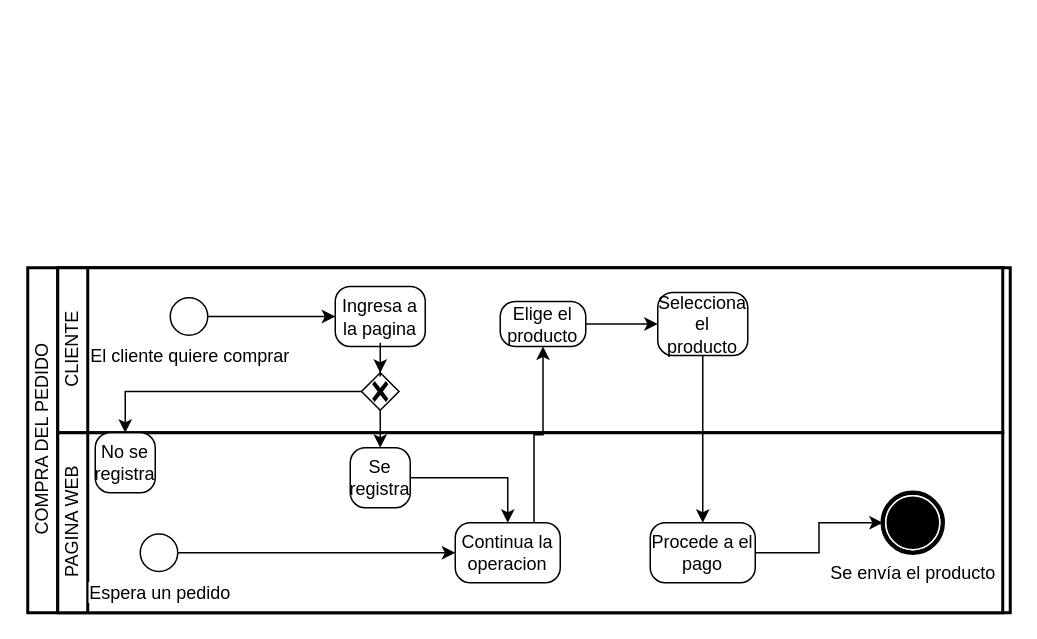
jaime37/DRAWS keeps this draw.io diagram as Untitled Diagram.drawio. Above is the earlier version. Source tidied: cells renumbered, new cells numbered last; positions are measured from the earlier drawing's top-left corner, leaving out a move shared by most shapes. Both pictures are drawn from the tidied source at 150%, with x=0, y=0 at pixel (27, 267).
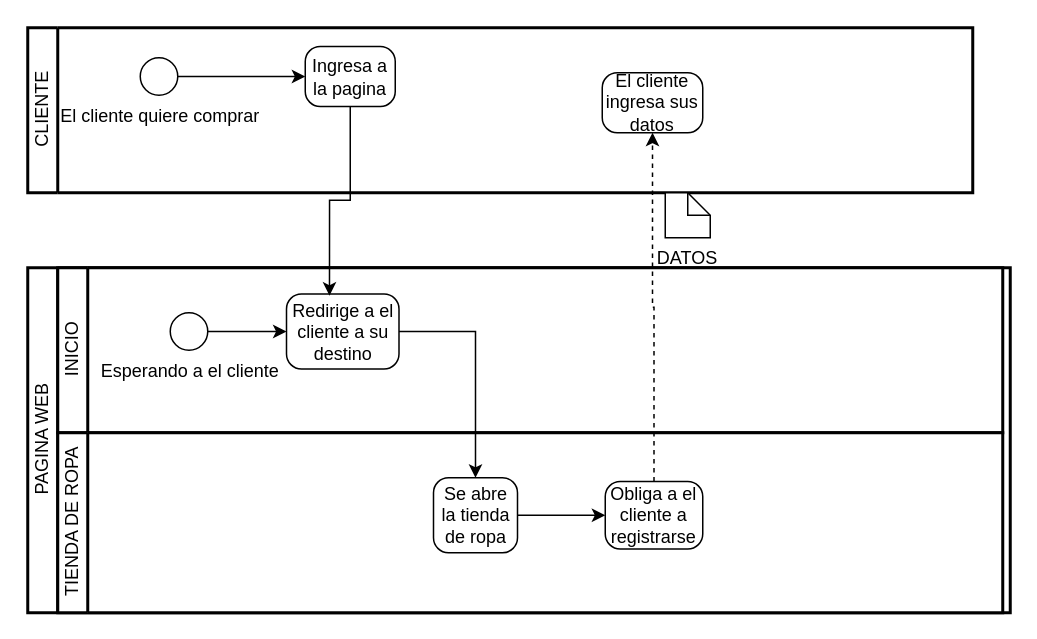
The same diagram, later.

The change refers to these unchanged cells:
```xml
<mxCell id="3" style="swimlane;html=1;startSize=20;fontStyle=0;horizontal=0;swimlaneLine=0;fillColor=none;" parent="2" vertex="1">
  <mxGeometry x="20" width="630" height="110" as="geometry" />
</mxCell>
<mxCell id="6" value="Ingresa a la pagina" style="points=[[0.25,0,0],[0.5,0,0],[0.75,0,0],[1,0.25,0],[1,0.5,0],[1,0.75,0],[0.75,1,0],[0.5,1,0],[0.25,1,0],[0,0.75,0],[0,0.5,0],[0,0.25,0]];shape=mxgraph.bpmn.task;whiteSpace=wrap;rectStyle=rounded;size=10;taskMarker=abstract;fontColor=#000000;" parent="4" vertex="1">
  <mxGeometry x="185" y="12.5" width="60" height="40" as="geometry" />
</mxCell>
```

Change to the diagram source:
```diff
@@
-    <mxCell id="2" value="COMPRA DEL PEDIDO&lt;br&gt;" style="swimlane;html=1;startSize=20;fontStyle=0;horizontal=0;swimlaneLine=1;swimlaneFillColor=#ffffff;strokeWidth=2;" parent="1" vertex="1">
+    <mxCell id="2" value="PAGINA WEB" style="swimlane;html=1;startSize=20;fontStyle=0;horizontal=0;swimlaneLine=1;swimlaneFillColor=#ffffff;strokeWidth=2;" parent="1" vertex="1">
       <mxGeometry width="655" height="230" as="geometry" />
     </mxCell>
@@
+    <mxCell id="28" value="INICIO" style="swimlane;html=1;startSize=20;fontStyle=0;horizontal=0;swimlaneLine=1;swimlaneFillColor=#ffffff;strokeWidth=2;" parent="3" vertex="1">
+      <mxGeometry width="630" height="110" as="geometry" />
+    </mxCell>
+    <mxCell id="18" value="Esperando a el cliente" style="points=[[0.145,0.145,0],[0.5,0,0],[0.855,0.145,0],[1,0.5,0],[0.855,0.855,0],[0.5,1,0],[0.145,0.855,0],[0,0.5,0]];shape=mxgraph.bpmn.event;html=1;verticalLabelPosition=bottom;labelBackgroundColor=#ffffff;verticalAlign=top;align=center;perimeter=ellipsePerimeter;outlineConnect=0;outline=standard;symbol=general;" parent="28" vertex="1">
+      <mxGeometry x="75" y="30" width="25" height="25" as="geometry" />
+    </mxCell>
+    <mxCell id="16" value="Redirige a el cliente a su destino" style="points=[[0.25,0,0],[0.5,0,0],[0.75,0,0],[1,0.25,0],[1,0.5,0],[1,0.75,0],[0.75,1,0],[0.5,1,0],[0.25,1,0],[0,0.75,0],[0,0.5,0],[0,0.25,0]];shape=mxgraph.bpmn.task;whiteSpace=wrap;rectStyle=rounded;size=10;taskMarker=abstract;" parent="28" vertex="1">
+      <mxGeometry x="152.5" y="17.5" width="75" height="50" as="geometry" />
+    </mxCell>
+    <mxCell id="29" style="edgeStyle=orthogonalEdgeStyle;rounded=0;jettySize=auto;html=1;exitX=1;exitY=0.5;exitDx=0;exitDy=0;exitPerimeter=0;entryX=0;entryY=0.5;entryDx=0;entryDy=0;entryPerimeter=0;" parent="28" edge="1" source="18" target="16">
+      <mxGeometry relative="1" as="geometry" />
+    </mxCell>
+    <mxCell id="13" style="swimlane;html=1;startSize=20;fontStyle=0;horizontal=0;swimlaneLine=0;fillColor=none;" parent="2" vertex="1">
+      <mxGeometry x="20" y="110" width="630" height="120" as="geometry" />
+    </mxCell>
+    <mxCell id="14" value="TIENDA DE ROPA&lt;br&gt;" style="swimlane;html=1;startSize=20;fontStyle=0;horizontal=0;swimlaneLine=1;swimlaneFillColor=#ffffff;strokeWidth=2;" parent="13" vertex="1">
+      <mxGeometry width="630" height="120" as="geometry" />
+    </mxCell>
+    <mxCell id="30" style="edgeStyle=orthogonalEdgeStyle;rounded=0;jettySize=auto;html=1;exitX=1;exitY=0.5;exitDx=0;exitDy=0;exitPerimeter=0;entryX=0;entryY=0.5;entryDx=0;entryDy=0;entryPerimeter=0;" parent="14" edge="1" source="31" target="32">
+      <mxGeometry relative="1" as="geometry" />
+    </mxCell>
+    <mxCell id="31" value="Se abre la tienda de ropa" style="points=[[0.25,0,0],[0.5,0,0],[0.75,0,0],[1,0.25,0],[1,0.5,0],[1,0.75,0],[0.75,1,0],[0.5,1,0],[0.25,1,0],[0,0.75,0],[0,0.5,0],[0,0.25,0]];shape=mxgraph.bpmn.task;whiteSpace=wrap;rectStyle=rounded;size=10;taskMarker=abstract;" parent="14" vertex="1">
+      <mxGeometry x="250.5" y="30" width="56" height="50" as="geometry" />
+    </mxCell>
+    <mxCell id="32" value="Obliga a el cliente a registrarse" style="points=[[0.25,0,0],[0.5,0,0],[0.75,0,0],[1,0.25,0],[1,0.5,0],[1,0.75,0],[0.75,1,0],[0.5,1,0],[0.25,1,0],[0,0.75,0],[0,0.5,0],[0,0.25,0]];shape=mxgraph.bpmn.task;whiteSpace=wrap;rectStyle=rounded;size=10;taskMarker=abstract;" parent="14" vertex="1">
+      <mxGeometry x="365" y="32.5" width="65" height="45" as="geometry" />
+    </mxCell>
+    <mxCell id="33" style="edgeStyle=orthogonalEdgeStyle;rounded=0;jettySize=auto;html=1;exitX=1;exitY=0.5;exitDx=0;exitDy=0;exitPerimeter=0;entryX=0.5;entryY=0;entryDx=0;entryDy=0;entryPerimeter=0;" parent="2" edge="1" source="16" target="31">
+      <mxGeometry relative="1" as="geometry" />
+    </mxCell>
-    <mxCell id="4" value="CLIENTE" style="swimlane;html=1;startSize=20;fontStyle=0;horizontal=0;swimlaneLine=1;swimlaneFillColor=#ffffff;strokeWidth=2;" parent="3" vertex="1">
-      <mxGeometry width="630" height="110" as="geometry" />
+    <mxCell id="4" value="CLIENTE" style="swimlane;html=1;startSize=20;fontStyle=0;horizontal=0;swimlaneLine=1;swimlaneFillColor=#ffffff;strokeWidth=2;" parent="1" vertex="1">
+      <mxGeometry y="-160" width="630" height="110" as="geometry" />
     </mxCell>
@@
-    <mxCell id="8" style="points=[[0.25,0.25,0],[0.5,0,0],[0.75,0.25,0],[1,0.5,0],[0.75,0.75,0],[0.5,1,0],[0.25,0.75,0],[0,0.5,0]];shape=mxgraph.bpmn.gateway2;html=1;verticalLabelPosition=bottom;labelBackgroundColor=#ffffff;verticalAlign=top;align=center;perimeter=rhombusPerimeter;outlineConnect=0;outline=none;symbol=none;gwType=exclusive;" parent="4" vertex="1">
-      <mxGeometry x="202.5" y="70" width="25" height="25" as="geometry" />
-    </mxCell>
+    <mxCell id="34" value="El cliente ingresa sus datos" style="points=[[0.25,0,0],[0.5,0,0],[0.75,0,0],[1,0.25,0],[1,0.5,0],[1,0.75,0],[0.75,1,0],[0.5,1,0],[0.25,1,0],[0,0.75,0],[0,0.5,0],[0,0.25,0]];shape=mxgraph.bpmn.task;whiteSpace=wrap;rectStyle=rounded;size=10;taskMarker=abstract;" parent="4" vertex="1">
+      <mxGeometry x="383" y="30" width="67" height="40" as="geometry" />
+    </mxCell>
-    <mxCell id="9" style="edgeStyle=orthogonalEdgeStyle;rounded=0;jettySize=auto;html=1;exitX=0.5;exitY=1;exitDx=0;exitDy=0;exitPerimeter=0;" parent="4" edge="1" source="6" target="8">
+    <mxCell id="9" style="edgeStyle=orthogonalEdgeStyle;rounded=0;jettySize=auto;html=1;exitX=0.5;exitY=1;exitDx=0;exitDy=0;exitPerimeter=0;entryX=0.382;entryY=0.022;entryDx=0;entryDy=0;entryPerimeter=0;" parent="1" edge="1" source="6" target="16">
       <mxGeometry relative="1" as="geometry" />
     </mxCell>
-    <mxCell id="10" value="Elige el producto" style="points=[[0.25,0,0],[0.5,0,0],[0.75,0,0],[1,0.25,0],[1,0.5,0],[1,0.75,0],[0.75,1,0],[0.5,1,0],[0.25,1,0],[0,0.75,0],[0,0.5,0],[0,0.25,0]];shape=mxgraph.bpmn.task;whiteSpace=wrap;rectStyle=rounded;size=10;taskMarker=abstract;" parent="4" vertex="1">
-      <mxGeometry x="295" y="22.5" width="57" height="30" as="geometry" />
-    </mxCell>
-    <mxCell id="11" value="Selecciona el producto" style="points=[[0.25,0,0],[0.5,0,0],[0.75,0,0],[1,0.25,0],[1,0.5,0],[1,0.75,0],[0.75,1,0],[0.5,1,0],[0.25,1,0],[0,0.75,0],[0,0.5,0],[0,0.25,0]];shape=mxgraph.bpmn.task;whiteSpace=wrap;rectStyle=rounded;size=10;taskMarker=abstract;" parent="4" vertex="1">
-      <mxGeometry x="400" y="16.5" width="60" height="42" as="geometry" />
-    </mxCell>
-    <mxCell id="12" style="edgeStyle=orthogonalEdgeStyle;rounded=0;jettySize=auto;html=1;exitX=1;exitY=0.5;exitDx=0;exitDy=0;exitPerimeter=0;" parent="4" edge="1" source="10" target="11">
-      <mxGeometry relative="1" as="geometry" />
-    </mxCell>
-    <mxCell id="13" style="swimlane;html=1;startSize=20;fontStyle=0;horizontal=0;swimlaneLine=0;fillColor=none;" parent="2" vertex="1">
-      <mxGeometry x="20" y="110" width="630" height="120" as="geometry" />
-    </mxCell>
-    <mxCell id="14" value="PAGINA WEB" style="swimlane;html=1;startSize=20;fontStyle=0;horizontal=0;swimlaneLine=1;swimlaneFillColor=#ffffff;strokeWidth=2;" parent="13" vertex="1">
-      <mxGeometry width="630" height="120" as="geometry" />
-    </mxCell>
-    <mxCell id="15" value="No se registra" style="points=[[0.25,0,0],[0.5,0,0],[0.75,0,0],[1,0.25,0],[1,0.5,0],[1,0.75,0],[0.75,1,0],[0.5,1,0],[0.25,1,0],[0,0.75,0],[0,0.5,0],[0,0.25,0]];shape=mxgraph.bpmn.task;whiteSpace=wrap;rectStyle=rounded;size=10;taskMarker=abstract;" parent="14" vertex="1">
-      <mxGeometry x="25" width="40" height="40" as="geometry" />
-    </mxCell>
-    <mxCell id="16" value="Se registra" style="points=[[0.25,0,0],[0.5,0,0],[0.75,0,0],[1,0.25,0],[1,0.5,0],[1,0.75,0],[0.75,1,0],[0.5,1,0],[0.25,1,0],[0,0.75,0],[0,0.5,0],[0,0.25,0]];shape=mxgraph.bpmn.task;whiteSpace=wrap;rectStyle=rounded;size=10;taskMarker=abstract;" parent="14" vertex="1">
-      <mxGeometry x="195" y="10" width="40" height="40" as="geometry" />
-    </mxCell>
-    <mxCell id="17" style="edgeStyle=orthogonalEdgeStyle;rounded=0;jettySize=auto;html=1;exitX=1;exitY=0.5;exitDx=0;exitDy=0;exitPerimeter=0;entryX=0;entryY=0.5;entryDx=0;entryDy=0;entryPerimeter=0;" parent="14" edge="1" source="18" target="19">
-      <mxGeometry relative="1" as="geometry" />
-    </mxCell>
-    <mxCell id="18" value="Espera un pedido" style="points=[[0.145,0.145,0],[0.5,0,0],[0.855,0.145,0],[1,0.5,0],[0.855,0.855,0],[0.5,1,0],[0.145,0.855,0],[0,0.5,0]];shape=mxgraph.bpmn.event;html=1;verticalLabelPosition=bottom;labelBackgroundColor=#ffffff;verticalAlign=top;align=center;perimeter=ellipsePerimeter;outlineConnect=0;outline=standard;symbol=general;" parent="14" vertex="1">
-      <mxGeometry x="55" y="67.5" width="25" height="25" as="geometry" />
-    </mxCell>
-    <mxCell id="19" value="Continua la operacion" style="points=[[0.25,0,0],[0.5,0,0],[0.75,0,0],[1,0.25,0],[1,0.5,0],[1,0.75,0],[0.75,1,0],[0.5,1,0],[0.25,1,0],[0,0.75,0],[0,0.5,0],[0,0.25,0]];shape=mxgraph.bpmn.task;whiteSpace=wrap;rectStyle=rounded;size=10;taskMarker=abstract;" parent="14" vertex="1">
-      <mxGeometry x="265" y="60" width="70" height="40" as="geometry" />
-    </mxCell>
-    <mxCell id="20" style="edgeStyle=orthogonalEdgeStyle;rounded=0;jettySize=auto;html=1;exitX=1;exitY=0.5;exitDx=0;exitDy=0;exitPerimeter=0;" parent="14" edge="1" source="16" target="19">
-      <mxGeometry relative="1" as="geometry" />
-    </mxCell>
-    <mxCell id="21" value="Procede a el pago" style="points=[[0.25,0,0],[0.5,0,0],[0.75,0,0],[1,0.25,0],[1,0.5,0],[1,0.75,0],[0.75,1,0],[0.5,1,0],[0.25,1,0],[0,0.75,0],[0,0.5,0],[0,0.25,0]];shape=mxgraph.bpmn.task;whiteSpace=wrap;rectStyle=rounded;size=10;taskMarker=abstract;" parent="14" vertex="1">
-      <mxGeometry x="395" y="60" width="70" height="40" as="geometry" />
-    </mxCell>
-    <mxCell id="22" value="Se envía el producto" style="points=[[0.145,0.145,0],[0.5,0,0],[0.855,0.145,0],[1,0.5,0],[0.855,0.855,0],[0.5,1,0],[0.145,0.855,0],[0,0.5,0]];shape=mxgraph.bpmn.event;html=1;verticalLabelPosition=bottom;labelBackgroundColor=#ffffff;verticalAlign=top;align=center;perimeter=ellipsePerimeter;outlineConnect=0;outline=end;symbol=terminate;" parent="14" vertex="1">
-      <mxGeometry x="550" y="40" width="40" height="40" as="geometry" />
-    </mxCell>
-    <mxCell id="23" style="edgeStyle=orthogonalEdgeStyle;rounded=0;jettySize=auto;html=1;exitX=1;exitY=0.5;exitDx=0;exitDy=0;exitPerimeter=0;" parent="14" edge="1" source="21" target="22">
-      <mxGeometry relative="1" as="geometry" />
-    </mxCell>
-    <mxCell id="24" style="edgeStyle=orthogonalEdgeStyle;rounded=0;jettySize=auto;html=1;exitX=0;exitY=0.5;exitDx=0;exitDy=0;exitPerimeter=0;" parent="2" edge="1" source="8" target="15">
-      <mxGeometry relative="1" as="geometry" />
-    </mxCell>
-    <mxCell id="25" style="edgeStyle=orthogonalEdgeStyle;rounded=0;jettySize=auto;html=1;exitX=0.5;exitY=1;exitDx=0;exitDy=0;exitPerimeter=0;" parent="2" edge="1" source="8" target="16">
-      <mxGeometry relative="1" as="geometry" />
-    </mxCell>
-    <mxCell id="26" style="edgeStyle=orthogonalEdgeStyle;rounded=0;jettySize=auto;html=1;exitX=0.75;exitY=0;exitDx=0;exitDy=0;exitPerimeter=0;" parent="2" edge="1" source="19" target="10">
-      <mxGeometry relative="1" as="geometry" />
-    </mxCell>
-    <mxCell id="27" style="edgeStyle=orthogonalEdgeStyle;rounded=0;jettySize=auto;html=1;exitX=0.5;exitY=1;exitDx=0;exitDy=0;exitPerimeter=0;" parent="2" edge="1" source="11" target="21">
-      <mxGeometry relative="1" as="geometry" />
-    </mxCell>
+    <mxCell id="35" style="edgeStyle=orthogonalEdgeStyle;rounded=0;jettySize=auto;html=1;exitX=0.5;exitY=0;exitDx=0;exitDy=0;exitPerimeter=0;dashed=1;" parent="1" edge="1" source="32" target="34">
+      <mxGeometry relative="1" as="geometry" />
+    </mxCell>
+    <mxCell id="36" value="DATOS" style="shape=mxgraph.bpmn.data;labelPosition=center;verticalLabelPosition=bottom;align=center;verticalAlign=top;whiteSpace=wrap;size=15;html=1;" parent="1" vertex="1">
+      <mxGeometry x="425" y="-50" width="30" height="30" as="geometry" />
+    </mxCell>
```
